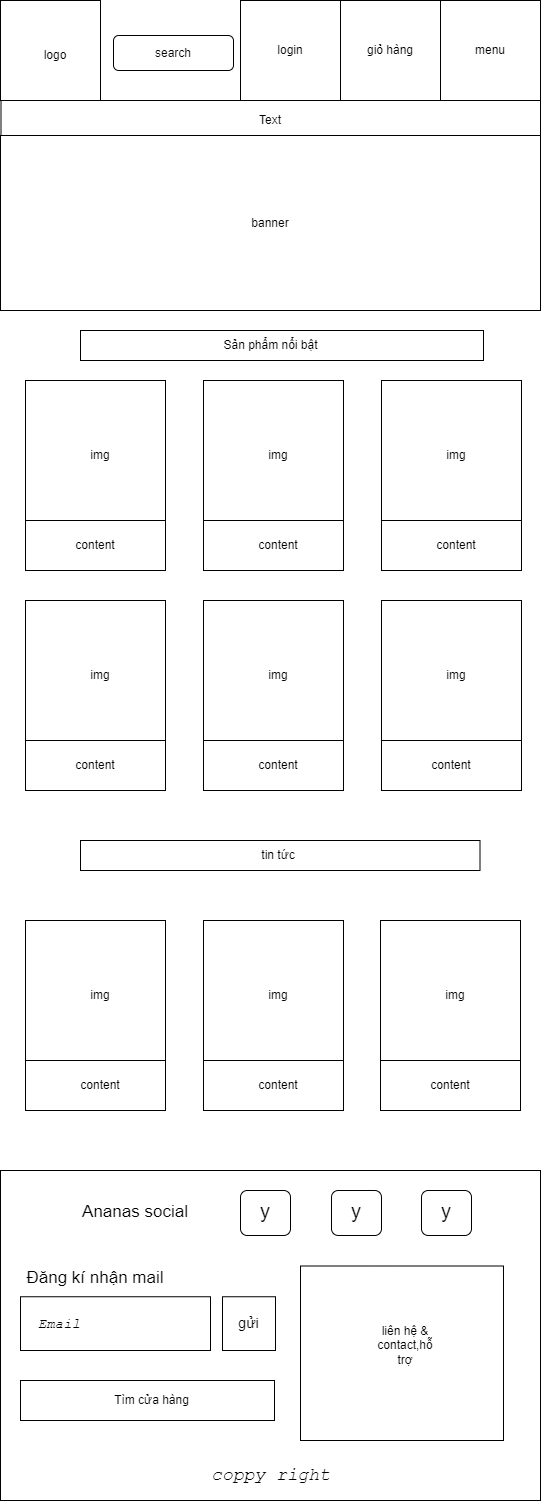
z3dat/web106_ph36652 keeps this draw.io diagram as assignment/img/index(tablet).png. Above is the earlier version. Source tidied: cells renumbered, new cells last; positions are measured from the earlier drawing's top-left corner, leaving out a move shared by most shapes.
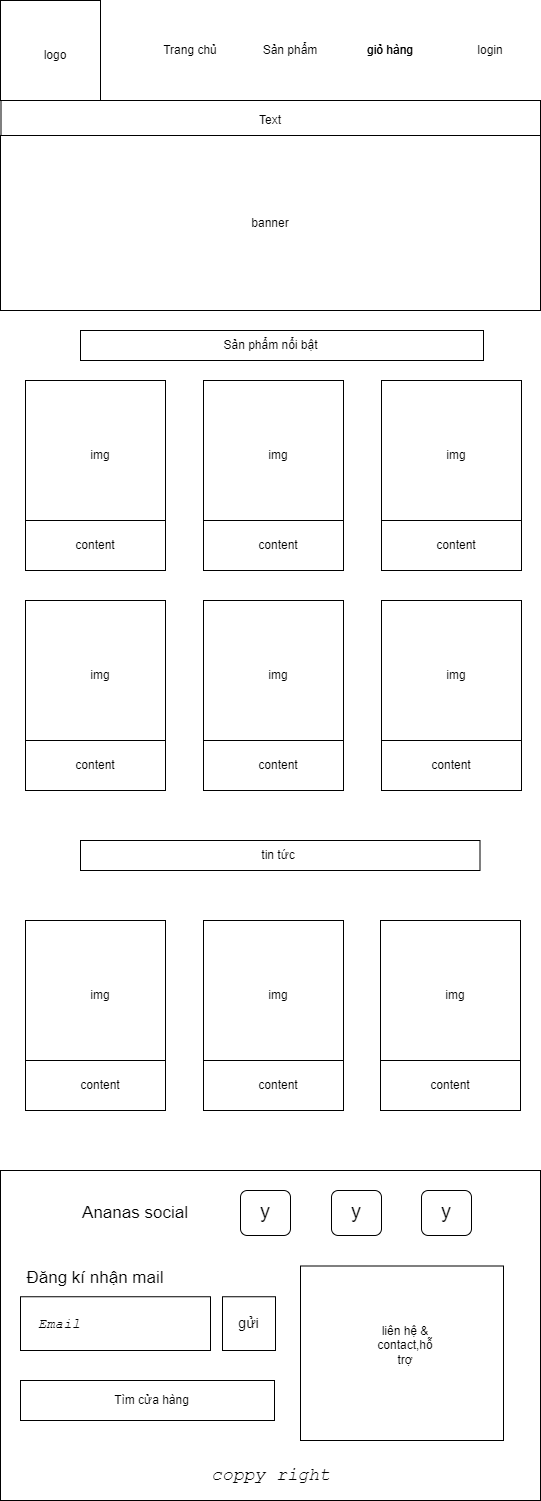
After the change.

What changed in the source:
```diff
@@ -8,24 +8,6 @@
     <mxCell id="3" value="logo" style="text;html=1;strokeColor=none;fillColor=none;align=center;verticalAlign=middle;whiteSpace=wrap;rounded=0;" parent="1" vertex="1">
       <mxGeometry x="25" y="40" width="60" height="30" as="geometry" />
     </mxCell>
-    <mxCell id="4" style="whiteSpace=wrap;html=1;" parent="1" vertex="1">
-      <mxGeometry x="440" width="100" height="100" as="geometry" />
-    </mxCell>
-    <mxCell id="5" value="menu" style="text;html=1;strokeColor=none;fillColor=none;align=center;verticalAlign=middle;whiteSpace=wrap;rounded=0;" parent="1" vertex="1">
-      <mxGeometry x="460" y="35" width="60" height="30" as="geometry" />
-    </mxCell>
-    <mxCell id="6" style="whiteSpace=wrap;html=1;" parent="1" vertex="1">
-      <mxGeometry x="340" width="100" height="100" as="geometry" />
-    </mxCell>
-    <mxCell id="7" style="whiteSpace=wrap;html=1;" parent="1" vertex="1">
-      <mxGeometry x="240" width="100" height="100" as="geometry" />
-    </mxCell>
-    <mxCell id="8" value="login" style="text;html=1;strokeColor=none;fillColor=none;align=center;verticalAlign=middle;whiteSpace=wrap;rounded=0;" parent="1" vertex="1">
-      <mxGeometry x="260" y="35" width="60" height="30" as="geometry" />
-    </mxCell>
-    <mxCell id="9" value="giỏ hàng" style="text;html=1;strokeColor=none;fillColor=none;align=center;verticalAlign=middle;whiteSpace=wrap;rounded=0;" parent="1" vertex="1">
-      <mxGeometry x="360" y="35" width="60" height="30" as="geometry" />
-    </mxCell>
     <mxCell id="10" style="rounded=0;whiteSpace=wrap;html=1;perimeterSpacing=0;" parent="1" vertex="1">
       <mxGeometry x="0.5" y="100" width="539.5" height="40" as="geometry" />
     </mxCell>
@@ -44,12 +26,6 @@
     <mxCell id="15" value="Sản phẩm nổi bật" style="text;html=1;strokeColor=none;fillColor=none;align=center;verticalAlign=middle;whiteSpace=wrap;rounded=0;" parent="1" vertex="1">
       <mxGeometry x="222" y="330" width="97" height="30" as="geometry" />
     </mxCell>
-    <mxCell id="16" style="rounded=1;whiteSpace=wrap;html=1;" parent="1" vertex="1">
-      <mxGeometry x="113" y="35" width="120" height="35" as="geometry" />
-    </mxCell>
-    <mxCell id="17" value="search" style="text;html=1;strokeColor=none;fillColor=none;align=center;verticalAlign=middle;whiteSpace=wrap;rounded=0;" parent="1" vertex="1">
-      <mxGeometry x="143" y="37.5" width="60" height="30" as="geometry" />
-    </mxCell>
     <mxCell id="18" style="whiteSpace=wrap;html=1;" parent="1" vertex="1">
       <mxGeometry x="25" y="380" width="140" height="140" as="geometry" />
     </mxCell>
@@ -218,5 +194,20 @@
     <mxCell id="73" value="y" style="text;html=1;strokeColor=none;fillColor=none;align=center;verticalAlign=middle;whiteSpace=wrap;rounded=0;fontSize=20;" parent="1" vertex="1">
       <mxGeometry x="337.2" y="1205" width="37.5" height="10" as="geometry" />
     </mxCell>
+    <mxCell id="8" value="login" style="text;html=1;strokeColor=none;fillColor=none;align=center;verticalAlign=middle;whiteSpace=wrap;rounded=0;" parent="1" vertex="1">
+      <mxGeometry x="460" y="35" width="60" height="30" as="geometry" />
+    </mxCell>
+    <mxCell id="74" value="Sản phẩm" style="text;html=1;strokeColor=none;fillColor=none;align=center;verticalAlign=middle;whiteSpace=wrap;rounded=0;" parent="1" vertex="1">
+      <mxGeometry x="260" y="35" width="60" height="30" as="geometry" />
+    </mxCell>
+    <mxCell id="75" value="giỏ hàng" style="text;html=1;strokeColor=none;fillColor=none;align=center;verticalAlign=middle;whiteSpace=wrap;rounded=0;" parent="1" vertex="1">
+      <mxGeometry x="360" y="35" width="60" height="30" as="geometry" />
+    </mxCell>
+    <mxCell id="76" value="giỏ hàng" style="text;html=1;strokeColor=none;fillColor=none;align=center;verticalAlign=middle;whiteSpace=wrap;rounded=0;" parent="1" vertex="1">
+      <mxGeometry x="360" y="35" width="60" height="30" as="geometry" />
+    </mxCell>
+    <mxCell id="77" value="Trang chủ" style="text;html=1;strokeColor=none;fillColor=none;align=center;verticalAlign=middle;whiteSpace=wrap;rounded=0;" parent="1" vertex="1">
+      <mxGeometry x="160.2" y="35" width="60" height="30" as="geometry" />
+    </mxCell>
   </root>
 </mxGraphModel>
```
